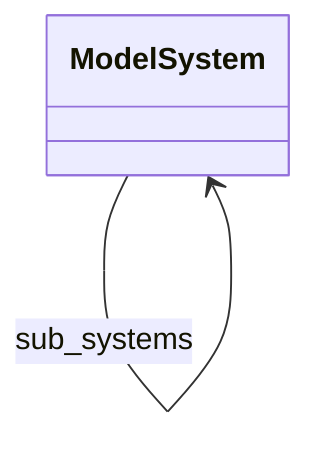
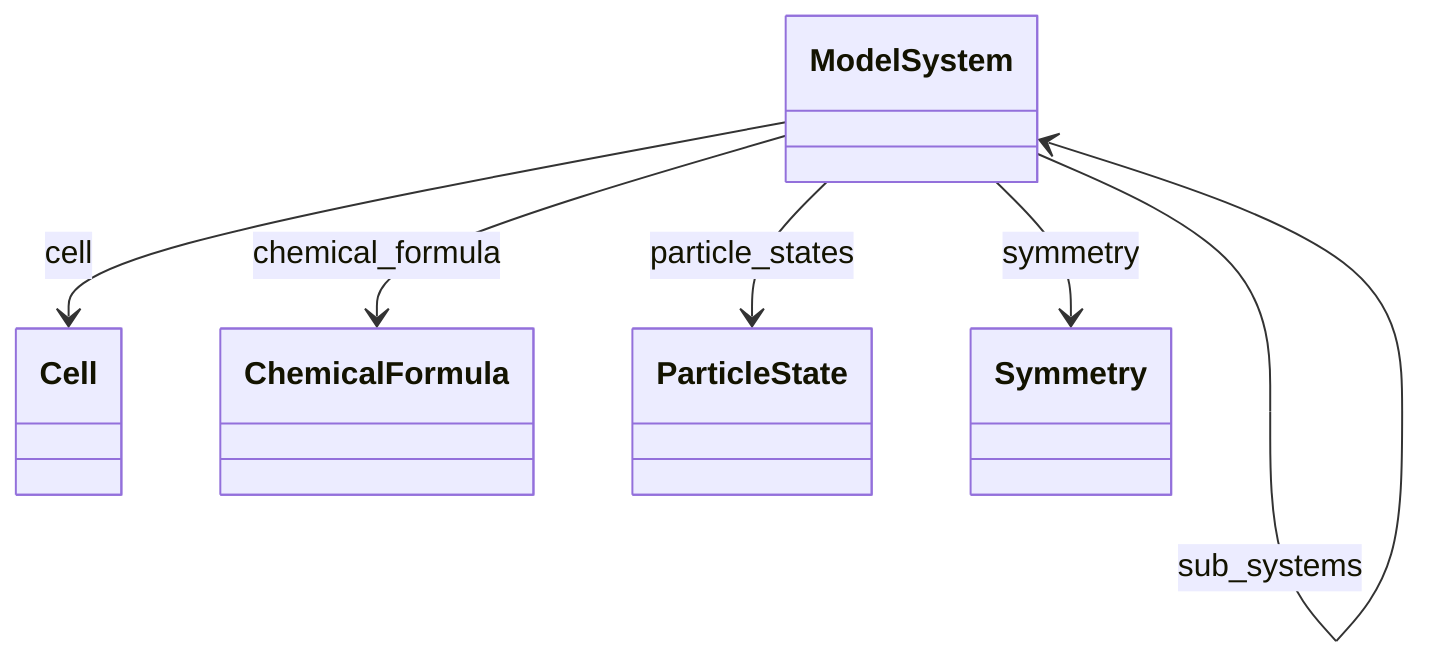
classDiagram
+     class Cell
+     class ChemicalFormula
    class ModelSystem
+     class ParticleState
+     class Symmetry
+     ModelSystem --> Cell : cell
+     ModelSystem --> ChemicalFormula : chemical_formula
    ModelSystem --> ModelSystem : sub_systems
+     ModelSystem --> ParticleState : particle_states
+     ModelSystem --> Symmetry : symmetry
